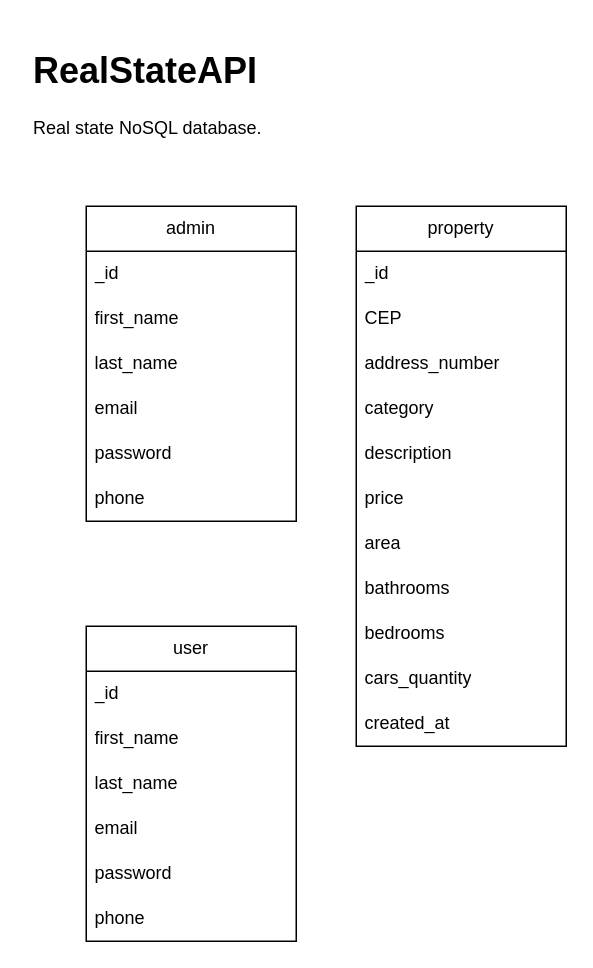
Earlier version of the draw.io diagram database_schema.drawio (Paulooo0/real-estate). Source tidied: cells renumbered, new cells numbered last; positions are measured from the earlier drawing's top-left corner, leaving out a move shared by most shapes. Both pictures are drawn from the tidied source at 150%, with x=0, y=0 at pixel (26, 40).
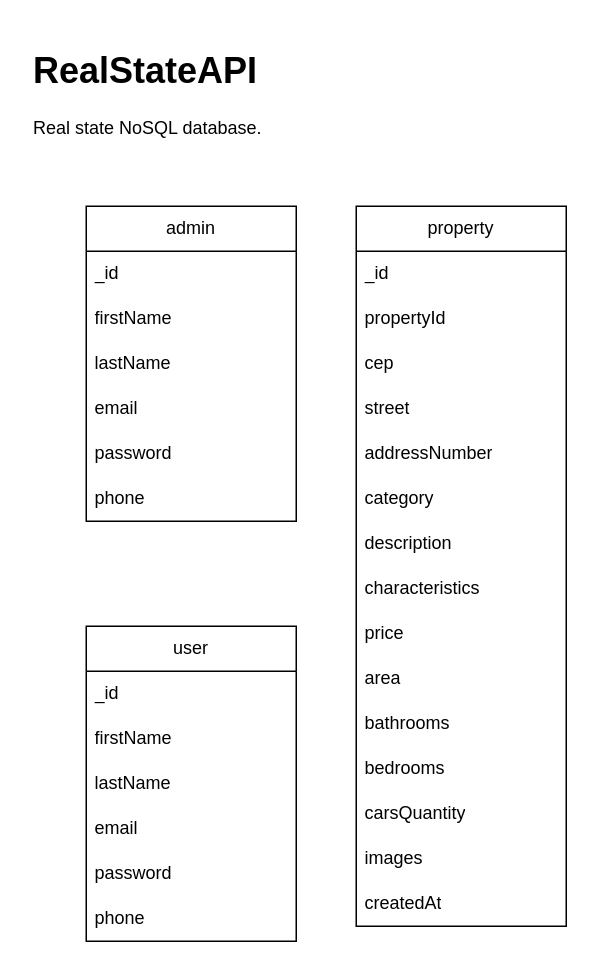
The same page after the edit.

Commit message:
FIX: database_schema

The change refers to these unchanged cells:
```xml
<mxCell id="3" value="admin" style="swimlane;fontStyle=0;horizontal=1;startSize=30;whiteSpace=wrap;html=1;" parent="1" vertex="1">
  <mxGeometry x="40" y="110" width="140" height="210" as="geometry" />
</mxCell>
<mxCell id="10" value="user" style="swimlane;fontStyle=0;horizontal=1;startSize=30;whiteSpace=wrap;html=1;" parent="1" vertex="1">
  <mxGeometry x="40" y="390" width="140" height="210" as="geometry" />
</mxCell>
```

The edit, as a diff of the source:
```diff
@@
-    <mxCell id="5" value="first_name" style="text;strokeColor=none;fillColor=none;align=left;verticalAlign=middle;spacingLeft=4;spacingRight=4;overflow=hidden;whiteSpace=wrap;html=1;" parent="3" vertex="1">
+    <mxCell id="5" value="firstName" style="text;strokeColor=none;fillColor=none;align=left;verticalAlign=middle;spacingLeft=4;spacingRight=4;overflow=hidden;whiteSpace=wrap;html=1;" parent="3" vertex="1">
       <mxGeometry y="60" width="140" height="30" as="geometry" />
     </mxCell>
-    <mxCell id="6" value="last_name" style="text;strokeColor=none;fillColor=none;align=left;verticalAlign=middle;spacingLeft=4;spacingRight=4;overflow=hidden;whiteSpace=wrap;html=1;" parent="3" vertex="1">
+    <mxCell id="6" value="lastName" style="text;strokeColor=none;fillColor=none;align=left;verticalAlign=middle;spacingLeft=4;spacingRight=4;overflow=hidden;whiteSpace=wrap;html=1;" parent="3" vertex="1">
       <mxGeometry y="90" width="140" height="30" as="geometry" />
     </mxCell>
@@
-    <mxCell id="12" value="first_name" style="text;strokeColor=none;fillColor=none;align=left;verticalAlign=middle;spacingLeft=4;spacingRight=4;overflow=hidden;whiteSpace=wrap;html=1;" parent="10" vertex="1">
+    <mxCell id="12" value="firstName" style="text;strokeColor=none;fillColor=none;align=left;verticalAlign=middle;spacingLeft=4;spacingRight=4;overflow=hidden;whiteSpace=wrap;html=1;" parent="10" vertex="1">
       <mxGeometry y="60" width="140" height="30" as="geometry" />
     </mxCell>
-    <mxCell id="13" value="last_name" style="text;strokeColor=none;fillColor=none;align=left;verticalAlign=middle;spacingLeft=4;spacingRight=4;overflow=hidden;whiteSpace=wrap;html=1;" parent="10" vertex="1">
+    <mxCell id="13" value="lastName" style="text;strokeColor=none;fillColor=none;align=left;verticalAlign=middle;spacingLeft=4;spacingRight=4;overflow=hidden;whiteSpace=wrap;html=1;" parent="10" vertex="1">
       <mxGeometry y="90" width="140" height="30" as="geometry" />
     </mxCell>
@@
     <mxCell id="17" value="property" style="swimlane;fontStyle=0;horizontal=1;startSize=30;whiteSpace=wrap;html=1;" parent="1" vertex="1">
-      <mxGeometry x="220" y="110" width="140" height="360" as="geometry" />
+      <mxGeometry x="220" y="110" width="140" height="480" as="geometry" />
     </mxCell>
@@
+    <mxCell id="29" value="propertyId" style="text;strokeColor=none;fillColor=none;align=left;verticalAlign=middle;spacingLeft=4;spacingRight=4;overflow=hidden;whiteSpace=wrap;html=1;" parent="17" vertex="1">
+      <mxGeometry y="60" width="140" height="30" as="geometry" />
+    </mxCell>
-    <mxCell id="19" value="CEP" style="text;strokeColor=none;fillColor=none;align=left;verticalAlign=middle;spacingLeft=4;spacingRight=4;overflow=hidden;whiteSpace=wrap;html=1;" parent="17" vertex="1">
-      <mxGeometry y="60" width="140" height="30" as="geometry" />
+    <mxCell id="19" value="cep" style="text;strokeColor=none;fillColor=none;align=left;verticalAlign=middle;spacingLeft=4;spacingRight=4;overflow=hidden;whiteSpace=wrap;html=1;" parent="17" vertex="1">
+      <mxGeometry y="90" width="140" height="30" as="geometry" />
     </mxCell>
+    <mxCell id="30" value="street" style="text;strokeColor=none;fillColor=none;align=left;verticalAlign=middle;spacingLeft=4;spacingRight=4;overflow=hidden;whiteSpace=wrap;html=1;" parent="17" vertex="1">
+      <mxGeometry y="120" width="140" height="30" as="geometry" />
+    </mxCell>
-    <mxCell id="20" value="address_number" style="text;strokeColor=none;fillColor=none;align=left;verticalAlign=middle;spacingLeft=4;spacingRight=4;overflow=hidden;whiteSpace=wrap;html=1;" parent="17" vertex="1">
-      <mxGeometry y="90" width="140" height="30" as="geometry" />
+    <mxCell id="20" value="addressNumber" style="text;strokeColor=none;fillColor=none;align=left;verticalAlign=middle;spacingLeft=4;spacingRight=4;overflow=hidden;whiteSpace=wrap;html=1;" parent="17" vertex="1">
+      <mxGeometry y="150" width="140" height="30" as="geometry" />
     </mxCell>
     <mxCell id="21" value="category" style="text;strokeColor=none;fillColor=none;align=left;verticalAlign=middle;spacingLeft=4;spacingRight=4;overflow=hidden;whiteSpace=wrap;html=1;" parent="17" vertex="1">
-      <mxGeometry y="120" width="140" height="30" as="geometry" />
+      <mxGeometry y="180" width="140" height="30" as="geometry" />
     </mxCell>
     <mxCell id="22" value="description" style="text;strokeColor=none;fillColor=none;align=left;verticalAlign=middle;spacingLeft=4;spacingRight=4;overflow=hidden;whiteSpace=wrap;html=1;" parent="17" vertex="1">
-      <mxGeometry y="150" width="140" height="30" as="geometry" />
+      <mxGeometry y="210" width="140" height="30" as="geometry" />
     </mxCell>
+    <mxCell id="31" value="characteristics" style="text;strokeColor=none;fillColor=none;align=left;verticalAlign=middle;spacingLeft=4;spacingRight=4;overflow=hidden;whiteSpace=wrap;html=1;" parent="17" vertex="1">
+      <mxGeometry y="240" width="140" height="30" as="geometry" />
+    </mxCell>
     <mxCell id="23" value="price" style="text;strokeColor=none;fillColor=none;align=left;verticalAlign=middle;spacingLeft=4;spacingRight=4;overflow=hidden;whiteSpace=wrap;html=1;" parent="17" vertex="1">
-      <mxGeometry y="180" width="140" height="30" as="geometry" />
+      <mxGeometry y="270" width="140" height="30" as="geometry" />
     </mxCell>
     <mxCell id="24" value="area" style="text;strokeColor=none;fillColor=none;align=left;verticalAlign=middle;spacingLeft=4;spacingRight=4;overflow=hidden;whiteSpace=wrap;html=1;" parent="17" vertex="1">
-      <mxGeometry y="210" width="140" height="30" as="geometry" />
+      <mxGeometry y="300" width="140" height="30" as="geometry" />
     </mxCell>
     <mxCell id="25" value="bathrooms" style="text;strokeColor=none;fillColor=none;align=left;verticalAlign=middle;spacingLeft=4;spacingRight=4;overflow=hidden;whiteSpace=wrap;html=1;" parent="17" vertex="1">
-      <mxGeometry y="240" width="140" height="30" as="geometry" />
+      <mxGeometry y="330" width="140" height="30" as="geometry" />
     </mxCell>
     <mxCell id="26" value="bedrooms" style="text;strokeColor=none;fillColor=none;align=left;verticalAlign=middle;spacingLeft=4;spacingRight=4;overflow=hidden;whiteSpace=wrap;html=1;" parent="17" vertex="1">
-      <mxGeometry y="270" width="140" height="30" as="geometry" />
+      <mxGeometry y="360" width="140" height="30" as="geometry" />
     </mxCell>
-    <mxCell id="27" value="cars_quantity" style="text;strokeColor=none;fillColor=none;align=left;verticalAlign=middle;spacingLeft=4;spacingRight=4;overflow=hidden;whiteSpace=wrap;html=1;" parent="17" vertex="1">
-      <mxGeometry y="300" width="140" height="30" as="geometry" />
+    <mxCell id="27" value="carsQuantity" style="text;strokeColor=none;fillColor=none;align=left;verticalAlign=middle;spacingLeft=4;spacingRight=4;overflow=hidden;whiteSpace=wrap;html=1;" parent="17" vertex="1">
+      <mxGeometry y="390" width="140" height="30" as="geometry" />
     </mxCell>
+    <mxCell id="32" value="images" style="text;strokeColor=none;fillColor=none;align=left;verticalAlign=middle;spacingLeft=4;spacingRight=4;overflow=hidden;whiteSpace=wrap;html=1;" parent="17" vertex="1">
+      <mxGeometry y="420" width="140" height="30" as="geometry" />
+    </mxCell>
-    <mxCell id="28" value="created_at" style="text;strokeColor=none;fillColor=none;align=left;verticalAlign=middle;spacingLeft=4;spacingRight=4;overflow=hidden;whiteSpace=wrap;html=1;" parent="17" vertex="1">
-      <mxGeometry y="330" width="140" height="30" as="geometry" />
+    <mxCell id="28" value="createdAt" style="text;strokeColor=none;fillColor=none;align=left;verticalAlign=middle;spacingLeft=4;spacingRight=4;overflow=hidden;whiteSpace=wrap;html=1;" parent="17" vertex="1">
+      <mxGeometry y="450" width="140" height="30" as="geometry" />
     </mxCell>
```
